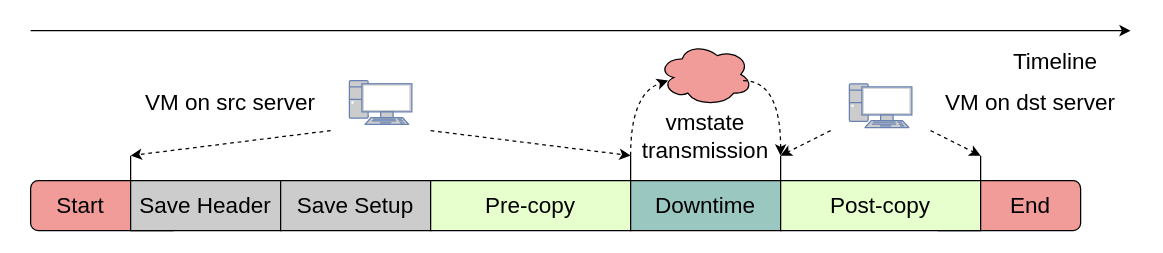
xuyizhe1999/drawio keeps this draw.io diagram as qemu-migration/live migration procedure.drawio. Above is the earlier version. Source tidied: cells renumbered, new cells numbered last; positions are measured from the earlier drawing's top-left corner, leaving out a move shared by most shapes. Both pictures are drawn from the tidied source at 125%, with x=0, y=0 at pixel (30, 30). Pictures stored in the file or linked from it are replaced by grey dashed boxes.
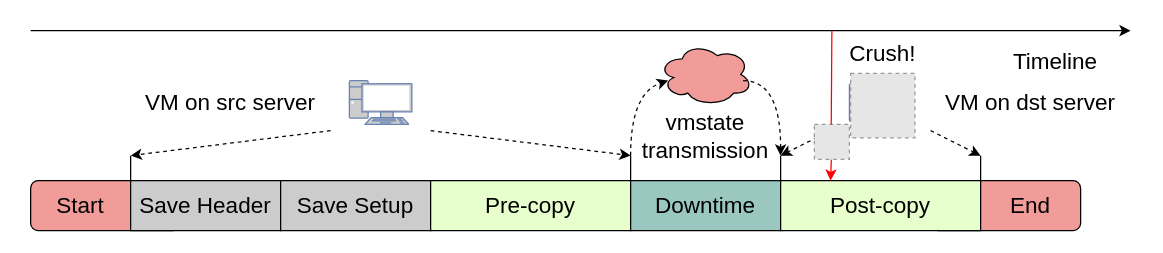
Above is the later version.

Unchanged cells that the change refers to:
```xml
<mxCell id="10" value="Post-copy" style="rounded=0;whiteSpace=wrap;html=1;fontSize=18;fillColor=#E6FFCC;" parent="1" vertex="1">
  <mxGeometry x="600" y="120" width="160" height="40" as="geometry" />
</mxCell>
```

The edit, as a diff of the source:
```diff
@@
+    <mxCell id="29" style="endArrow=classic;html=1;rounded=0;fontSize=18;entryX=0.25;entryY=0;entryDx=0;entryDy=0;strokeColor=#FF0000;startArrow=none;" parent="1" edge="1" source="32" target="10">
+      <mxGeometry relative="1" as="geometry" />
+    </mxCell>
+    <mxCell id="30" style="fillColor=#E6E6E6;strokeColor=#999999;dashed=1;html=1;verticalAlign=top;verticalLabelPosition=bottom;labelBackgroundColor=#ffffff;fontSize=18;" parent="1" vertex="1">
+      <mxGeometry x="656" y="34.2" width="51.5" height="51.5" as="geometry" />
+    </mxCell>
+    <mxCell id="31" value="Crush!" style="text;html=1;strokeColor=none;fillColor=none;align=center;verticalAlign=middle;whiteSpace=wrap;rounded=0;fontSize=18;" parent="1" vertex="1">
+      <mxGeometry x="652" y="4" width="60" height="30" as="geometry" />
+    </mxCell>
+    <mxCell id="32" style="fillColor=#E6E6E6;strokeColor=#999999;dashed=1;html=1;verticalAlign=top;verticalLabelPosition=bottom;labelBackgroundColor=#ffffff;fontSize=18;" parent="1" vertex="1">
+      <mxGeometry x="627" y="75" width="28" height="28" as="geometry" />
+    </mxCell>
+    <mxCell id="33" style="endArrow=none;html=1;rounded=0;fontSize=18;strokeColor=#FF0000;" parent="1" edge="1">
+      <mxGeometry relative="1" as="geometry">
+        <mxPoint x="641" as="sourcePoint" />
+        <mxPoint x="640.5" y="75" as="targetPoint" />
+      </mxGeometry>
+    </mxCell>
```
